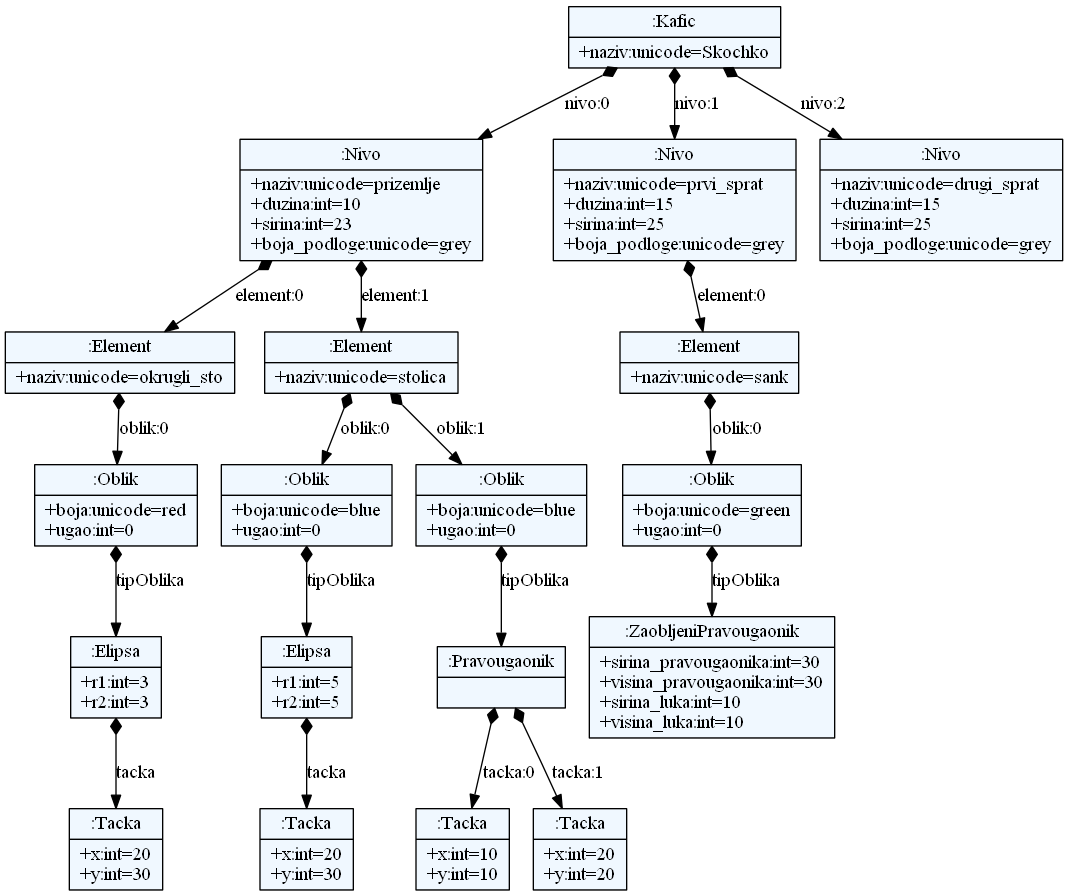
0xMilica/JSDGenerator keeps this Graphviz diagram as JSDProject/language/model.png. Above is the earlier version. Its source is kept beside it as JSDProject/language/model.dot. The source it was exported from:
```dot
    digraph xtext {
    fontname = "Bitstream Vera Sans"
    fontsize = 8
    node[
        shape=record,
        style=filled,
        fillcolor=aliceblue
    ]
    edge[dir=black,arrowtail=empty]


51946664 -> 50810048 [label="nivo:0" arrowtail=diamond dir=both]
50810048 -> 50909024 [label="element:0" arrowtail=diamond dir=both]
50909024 -> 50951616 [label="oblik:0" arrowtail=diamond dir=both]
50951616 -> 50953856 [label="tipOblika" arrowtail=diamond dir=both]
50953856 -> 50916880 [label="tacka" arrowtail=diamond dir=both]
50916880[label="{:Tacka|+x:int=20\l+y:int=30\l}"]
50953856[label="{:Elipsa|+r1:int=3\l+r2:int=3\l}"]
50951616[label="{:Oblik|+boja:unicode=red\l+ugao:int=0\l}"]
50909024[label="{:Element|+naziv:unicode=okrugli_sto\l}"]
50810048 -> 50951448 [label="element:1" arrowtail=diamond dir=both]
50951448 -> 50952400 [label="oblik:0" arrowtail=diamond dir=both]
50952400 -> 50917048 [label="tipOblika" arrowtail=diamond dir=both]
50917048 -> 50921992 [label="tacka" arrowtail=diamond dir=both]
50921992[label="{:Tacka|+x:int=20\l+y:int=30\l}"]
50917048[label="{:Elipsa|+r1:int=5\l+r2:int=5\l}"]
50952400[label="{:Oblik|+boja:unicode=blue\l+ugao:int=0\l}"]
50951448 -> 50913352 [label="oblik:1" arrowtail=diamond dir=both]
50913352 -> 50921824 [label="tipOblika" arrowtail=diamond dir=both]
50921824 -> 50924456 [label="tacka:0" arrowtail=diamond dir=both]
50924456[label="{:Tacka|+x:int=10\l+y:int=10\l}"]
50921824 -> 51765144 [label="tacka:1" arrowtail=diamond dir=both]
51765144[label="{:Tacka|+x:int=20\l+y:int=20\l}"]
50921824[label="{:Pravougaonik|}"]
50913352[label="{:Oblik|+boja:unicode=blue\l+ugao:int=0\l}"]
50951448[label="{:Element|+naziv:unicode=stolica\l}"]
50810048[label="{:Nivo|+naziv:unicode=prizemlje\l+duzina:int=10\l+sirina:int=23\l+boja_podloge:unicode=grey\l}"]
51946664 -> 50810216 [label="nivo:1" arrowtail=diamond dir=both]
50810216 -> 50953688 [label="element:0" arrowtail=diamond dir=both]
50953688 -> 50923280 [label="oblik:0" arrowtail=diamond dir=both]
50923280 -> 50943760 [label="tipOblika" arrowtail=diamond dir=both]
50943760[label="{:ZaobljeniPravougaonik|+sirina_pravougaonika:int=30\l+visina_pravougaonika:int=30\l+sirina_luka:int=10\l+visina_luka:int=10\l}"]
50923280[label="{:Oblik|+boja:unicode=green\l+ugao:int=0\l}"]
50953688[label="{:Element|+naziv:unicode=sank\l}"]
50810216[label="{:Nivo|+naziv:unicode=prvi_sprat\l+duzina:int=15\l+sirina:int=25\l+boja_podloge:unicode=grey\l}"]
51946664 -> 50801408 [label="nivo:2" arrowtail=diamond dir=both]
50801408[label="{:Nivo|+naziv:unicode=drugi_sprat\l+duzina:int=15\l+sirina:int=25\l+boja_podloge:unicode=grey\l}"]
51946664[label="{:Kafic|+naziv:unicode=Skochko\l}"]

}
```
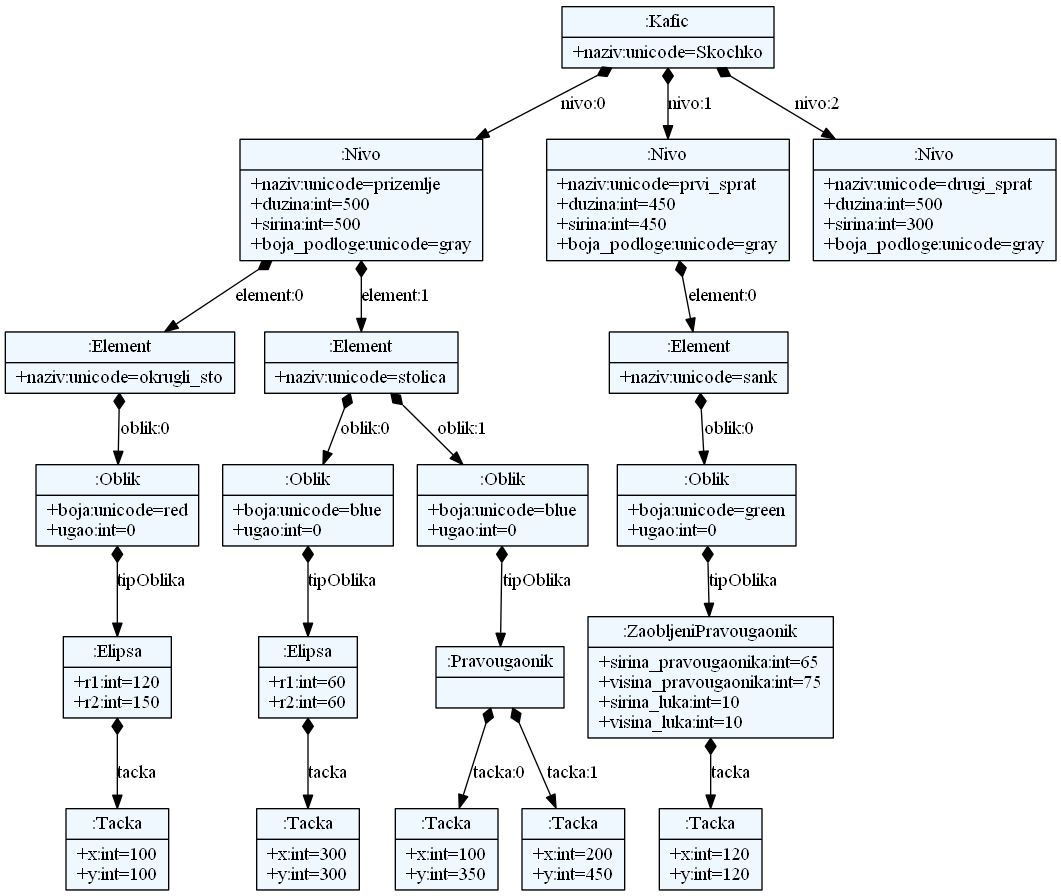
The same diagram one commit later.

Diff of the diagram source:
```diff
@@ -9,42 +9,44 @@
     edge[dir=black,arrowtail=empty]
 
 
-51946664 -> 50810048 [label="nivo:0" arrowtail=diamond dir=both]
-50810048 -> 50909024 [label="element:0" arrowtail=diamond dir=both]
-50909024 -> 50951616 [label="oblik:0" arrowtail=diamond dir=both]
-50951616 -> 50953856 [label="tipOblika" arrowtail=diamond dir=both]
-50953856 -> 50916880 [label="tacka" arrowtail=diamond dir=both]
-50916880[label="{:Tacka|+x:int=20\l+y:int=30\l}"]
-50953856[label="{:Elipsa|+r1:int=3\l+r2:int=3\l}"]
-50951616[label="{:Oblik|+boja:unicode=red\l+ugao:int=0\l}"]
-50909024[label="{:Element|+naziv:unicode=okrugli_sto\l}"]
-50810048 -> 50951448 [label="element:1" arrowtail=diamond dir=both]
-50951448 -> 50952400 [label="oblik:0" arrowtail=diamond dir=both]
-50952400 -> 50917048 [label="tipOblika" arrowtail=diamond dir=both]
-50917048 -> 50921992 [label="tacka" arrowtail=diamond dir=both]
-50921992[label="{:Tacka|+x:int=20\l+y:int=30\l}"]
-50917048[label="{:Elipsa|+r1:int=5\l+r2:int=5\l}"]
-50952400[label="{:Oblik|+boja:unicode=blue\l+ugao:int=0\l}"]
-50951448 -> 50913352 [label="oblik:1" arrowtail=diamond dir=both]
-50913352 -> 50921824 [label="tipOblika" arrowtail=diamond dir=both]
-50921824 -> 50924456 [label="tacka:0" arrowtail=diamond dir=both]
-50924456[label="{:Tacka|+x:int=10\l+y:int=10\l}"]
-50921824 -> 51765144 [label="tacka:1" arrowtail=diamond dir=both]
-51765144[label="{:Tacka|+x:int=20\l+y:int=20\l}"]
-50921824[label="{:Pravougaonik|}"]
-50913352[label="{:Oblik|+boja:unicode=blue\l+ugao:int=0\l}"]
-50951448[label="{:Element|+naziv:unicode=stolica\l}"]
-50810048[label="{:Nivo|+naziv:unicode=prizemlje\l+duzina:int=10\l+sirina:int=23\l+boja_podloge:unicode=grey\l}"]
-51946664 -> 50810216 [label="nivo:1" arrowtail=diamond dir=both]
-50810216 -> 50953688 [label="element:0" arrowtail=diamond dir=both]
-50953688 -> 50923280 [label="oblik:0" arrowtail=diamond dir=both]
-50923280 -> 50943760 [label="tipOblika" arrowtail=diamond dir=both]
-50943760[label="{:ZaobljeniPravougaonik|+sirina_pravougaonika:int=30\l+visina_pravougaonika:int=30\l+sirina_luka:int=10\l+visina_luka:int=10\l}"]
-50923280[label="{:Oblik|+boja:unicode=green\l+ugao:int=0\l}"]
-50953688[label="{:Element|+naziv:unicode=sank\l}"]
-50810216[label="{:Nivo|+naziv:unicode=prvi_sprat\l+duzina:int=15\l+sirina:int=25\l+boja_podloge:unicode=grey\l}"]
-51946664 -> 50801408 [label="nivo:2" arrowtail=diamond dir=both]
-50801408[label="{:Nivo|+naziv:unicode=drugi_sprat\l+duzina:int=15\l+sirina:int=25\l+boja_podloge:unicode=grey\l}"]
-51946664[label="{:Kafic|+naziv:unicode=Skochko\l}"]
+50342600 -> 53043832 [label="nivo:0" arrowtail=diamond dir=both]
+53043832 -> 53044112 [label="element:0" arrowtail=diamond dir=both]
+53044112 -> 53044280 [label="oblik:0" arrowtail=diamond dir=both]
+53044280 -> 53044392 [label="tipOblika" arrowtail=diamond dir=both]
+53044392 -> 53044504 [label="tacka" arrowtail=diamond dir=both]
+53044504[label="{:Tacka|+x:int=100\l+y:int=100\l}"]
+53044392[label="{:Elipsa|+r1:int=120\l+r2:int=150\l}"]
+53044280[label="{:Oblik|+boja:unicode=red\l+ugao:int=0\l}"]
+53044112[label="{:Element|+naziv:unicode=okrugli_sto\l}"]
+53043832 -> 53044168 [label="element:1" arrowtail=diamond dir=both]
+53044168 -> 53044448 [label="oblik:0" arrowtail=diamond dir=both]
+53044448 -> 53044616 [label="tipOblika" arrowtail=diamond dir=both]
+53044616 -> 53044728 [label="tacka" arrowtail=diamond dir=both]
+53044728[label="{:Tacka|+x:int=300\l+y:int=300\l}"]
+53044616[label="{:Elipsa|+r1:int=60\l+r2:int=60\l}"]
+53044448[label="{:Oblik|+boja:unicode=blue\l+ugao:int=0\l}"]
+53044168 -> 53044560 [label="oblik:1" arrowtail=diamond dir=both]
+53044560 -> 53044784 [label="tipOblika" arrowtail=diamond dir=both]
+53044784 -> 53044952 [label="tacka:0" arrowtail=diamond dir=both]
+53044952[label="{:Tacka|+x:int=100\l+y:int=350\l}"]
+53044784 -> 53045008 [label="tacka:1" arrowtail=diamond dir=both]
+53045008[label="{:Tacka|+x:int=200\l+y:int=450\l}"]
+53044784[label="{:Pravougaonik|}"]
+53044560[label="{:Oblik|+boja:unicode=blue\l+ugao:int=0\l}"]
+53044168[label="{:Element|+naziv:unicode=stolica\l}"]
+53043832[label="{:Nivo|+naziv:unicode=prizemlje\l+duzina:int=500\l+sirina:int=500\l+boja_podloge:unicode=gray\l}"]
+50342600 -> 53043888 [label="nivo:1" arrowtail=diamond dir=both]
+53043888 -> 53044336 [label="element:0" arrowtail=diamond dir=both]
+53044336 -> 53044896 [label="oblik:0" arrowtail=diamond dir=both]
+53044896 -> 53045120 [label="tipOblika" arrowtail=diamond dir=both]
+53045120 -> 53045232 [label="tacka" arrowtail=diamond dir=both]
+53045232[label="{:Tacka|+x:int=120\l+y:int=120\l}"]
+53045120[label="{:ZaobljeniPravougaonik|+sirina_pravougaonika:int=65\l+visina_pravougaonika:int=75\l+sirina_luka:int=10\l+visina_luka:int=10\l}"]
+53044896[label="{:Oblik|+boja:unicode=green\l+ugao:int=0\l}"]
+53044336[label="{:Element|+naziv:unicode=sank\l}"]
+53043888[label="{:Nivo|+naziv:unicode=prvi_sprat\l+duzina:int=450\l+sirina:int=450\l+boja_podloge:unicode=gray\l}"]
+50342600 -> 53043944 [label="nivo:2" arrowtail=diamond dir=both]
+53043944[label="{:Nivo|+naziv:unicode=drugi_sprat\l+duzina:int=500\l+sirina:int=300\l+boja_podloge:unicode=gray\l}"]
+50342600[label="{:Kafic|+naziv:unicode=Skochko\l}"]
 
 }
```
